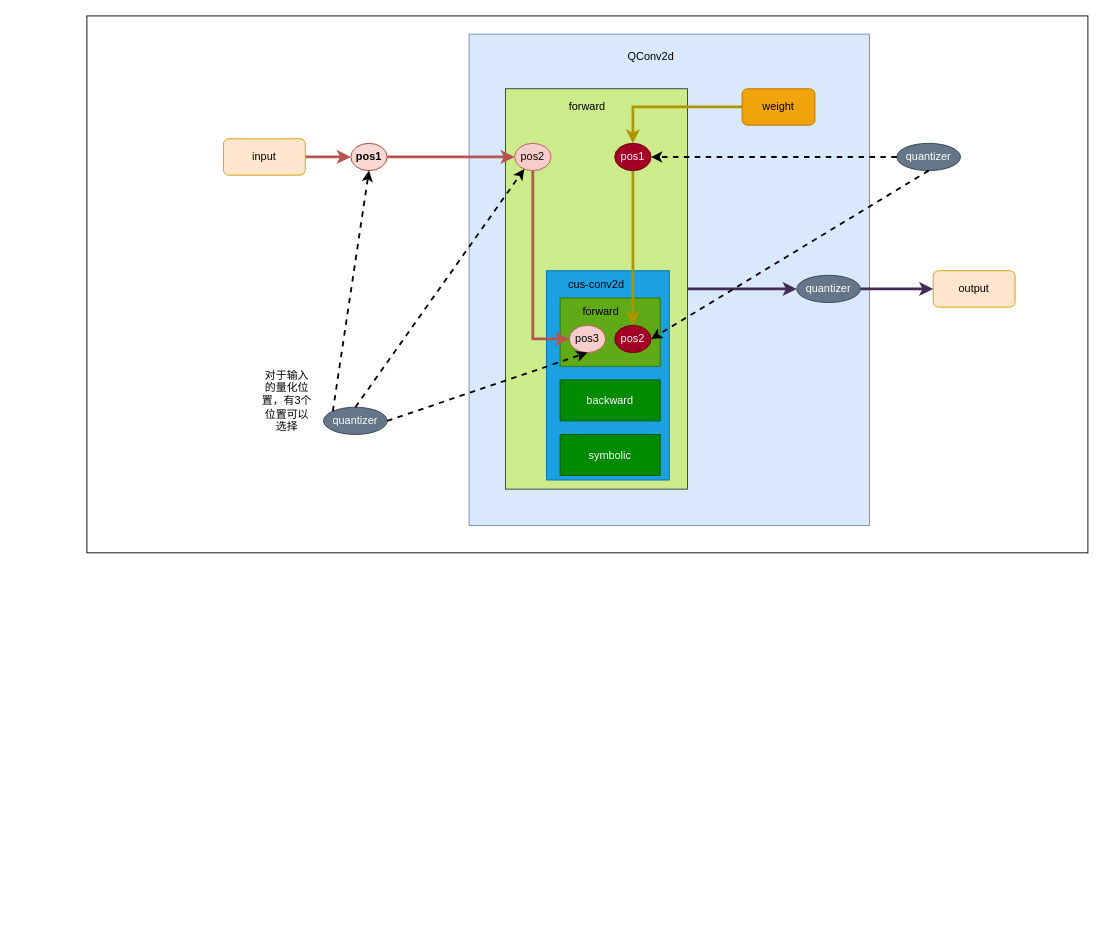
hbwx24/draw.io keeps this draw.io diagram as qat/Untitled Diagram.drawio. Above is the earlier version. Source tidied: cells renumbered, new cells numbered last; positions are measured from the earlier drawing's top-left corner, leaving out a move shared by most shapes. Both pictures are drawn from the tidied source at 91%, with x=0, y=0 at pixel (86, 15).
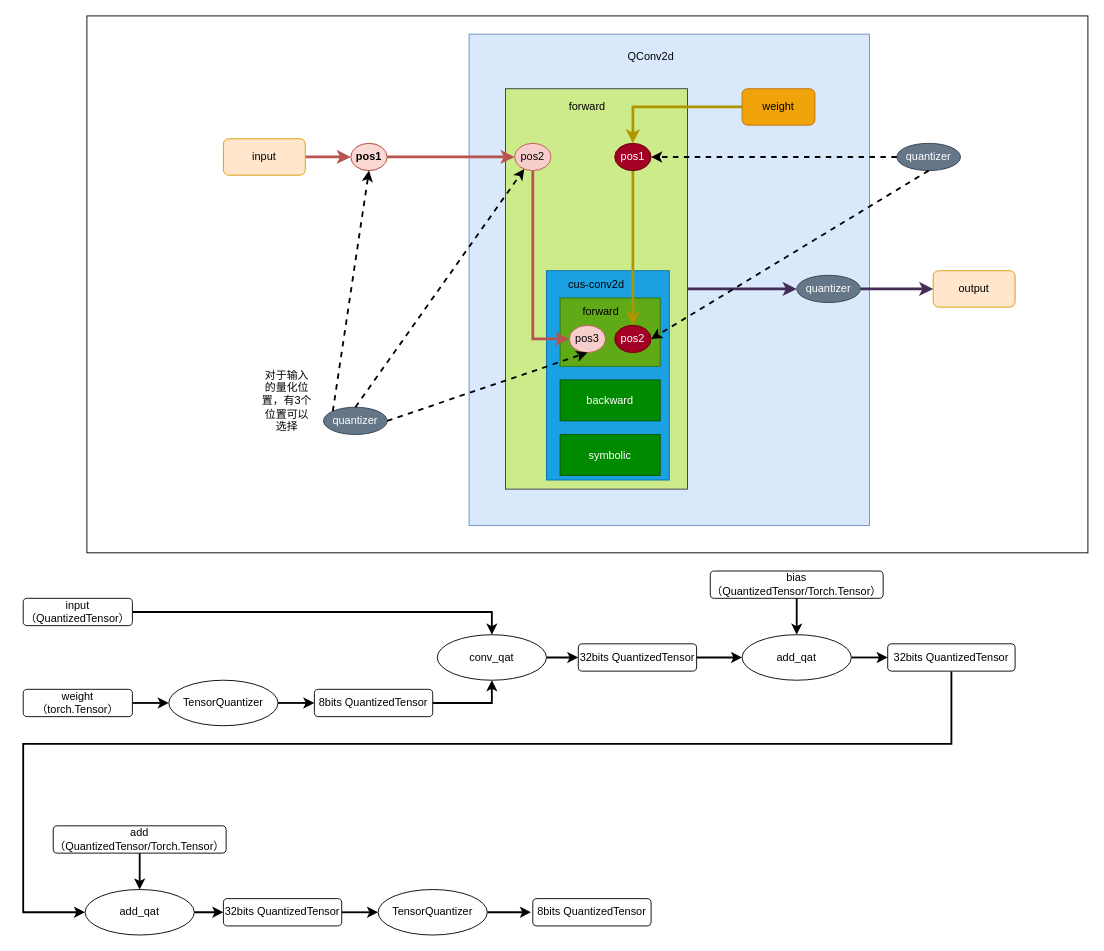
After the change.

Change to the diagram source:
```diff
@@
+    <mxCell id="37" style="edgeStyle=orthogonalEdgeStyle;rounded=0;jettySize=auto;html=1;entryX=0.5;entryY=0;entryDx=0;entryDy=0;strokeWidth=2;" parent="1" edge="1" source="38" target="46">
+      <mxGeometry relative="1" as="geometry" />
+    </mxCell>
+    <mxCell id="38" value="input（QuantizedTensor）" style="rounded=1;whiteSpace=wrap;html=1;" parent="1" vertex="1">
+      <mxGeometry x="-70" y="640" width="120" height="30" as="geometry" />
+    </mxCell>
+    <mxCell id="39" style="edgeStyle=orthogonalEdgeStyle;rounded=0;jettySize=auto;html=1;entryX=0;entryY=0.5;entryDx=0;entryDy=0;strokeWidth=2;" parent="1" edge="1" source="40" target="42">
+      <mxGeometry relative="1" as="geometry" />
+    </mxCell>
+    <mxCell id="40" value="weight（torch.Tensor）" style="rounded=1;whiteSpace=wrap;html=1;" parent="1" vertex="1">
+      <mxGeometry x="-70" y="740" width="120" height="30" as="geometry" />
+    </mxCell>
+    <mxCell id="41" style="edgeStyle=orthogonalEdgeStyle;rounded=0;jettySize=auto;html=1;entryX=0;entryY=0.5;entryDx=0;entryDy=0;strokeWidth=2;" parent="1" edge="1" source="42" target="44">
+      <mxGeometry relative="1" as="geometry" />
+    </mxCell>
+    <mxCell id="42" value="TensorQuantizer" style="ellipse;whiteSpace=wrap;html=1;" parent="1" vertex="1">
+      <mxGeometry x="90" y="730" width="120" height="50" as="geometry" />
+    </mxCell>
+    <mxCell id="43" style="edgeStyle=orthogonalEdgeStyle;rounded=0;jettySize=auto;html=1;entryX=0.5;entryY=1;entryDx=0;entryDy=0;strokeWidth=2;" parent="1" edge="1" source="44" target="46">
+      <mxGeometry relative="1" as="geometry" />
+    </mxCell>
+    <mxCell id="44" value="8bits QuantizedTensor" style="rounded=1;whiteSpace=wrap;html=1;" parent="1" vertex="1">
+      <mxGeometry x="250" y="740" width="130" height="30" as="geometry" />
+    </mxCell>
+    <mxCell id="45" style="edgeStyle=orthogonalEdgeStyle;rounded=0;jettySize=auto;html=1;entryX=0;entryY=0.5;entryDx=0;entryDy=0;strokeWidth=2;" parent="1" edge="1" source="46" target="48">
+      <mxGeometry relative="1" as="geometry" />
+    </mxCell>
+    <mxCell id="46" value="conv_qat" style="ellipse;whiteSpace=wrap;html=1;" parent="1" vertex="1">
+      <mxGeometry x="385" y="680" width="120" height="50" as="geometry" />
+    </mxCell>
+    <mxCell id="47" style="edgeStyle=orthogonalEdgeStyle;rounded=0;jettySize=auto;html=1;strokeWidth=2;" parent="1" edge="1" source="48" target="50">
+      <mxGeometry relative="1" as="geometry" />
+    </mxCell>
+    <mxCell id="48" value="32bits QuantizedTensor" style="rounded=1;whiteSpace=wrap;html=1;" parent="1" vertex="1">
+      <mxGeometry x="540" y="690" width="130" height="30" as="geometry" />
+    </mxCell>
+    <mxCell id="49" style="edgeStyle=orthogonalEdgeStyle;rounded=0;jettySize=auto;html=1;strokeWidth=2;" parent="1" edge="1" source="50" target="54">
+      <mxGeometry relative="1" as="geometry" />
+    </mxCell>
+    <mxCell id="50" value="add_qat" style="ellipse;whiteSpace=wrap;html=1;" parent="1" vertex="1">
+      <mxGeometry x="720" y="680" width="120" height="50" as="geometry" />
+    </mxCell>
+    <mxCell id="51" style="edgeStyle=orthogonalEdgeStyle;rounded=0;jettySize=auto;html=1;entryX=0.5;entryY=0;entryDx=0;entryDy=0;strokeWidth=2;" parent="1" edge="1" source="52" target="50">
+      <mxGeometry relative="1" as="geometry" />
+    </mxCell>
+    <mxCell id="52" value="bias（QuantizedTensor/Torch.Tensor）" style="rounded=1;whiteSpace=wrap;html=1;" parent="1" vertex="1">
+      <mxGeometry x="685" y="610" width="190" height="30" as="geometry" />
+    </mxCell>
+    <mxCell id="53" style="edgeStyle=orthogonalEdgeStyle;rounded=0;jettySize=auto;html=1;entryX=0;entryY=0.5;entryDx=0;entryDy=0;strokeWidth=2;" parent="1" edge="1" source="54" target="56">
+      <mxGeometry relative="1" as="geometry">
+        <Array as="points">
+          <mxPoint x="950" y="800" />
+          <mxPoint x="-70" y="800" />
+          <mxPoint x="-70" y="985" />
+        </Array>
+      </mxGeometry>
+    </mxCell>
+    <mxCell id="54" value="32bits QuantizedTensor" style="rounded=1;whiteSpace=wrap;html=1;" parent="1" vertex="1">
+      <mxGeometry x="880" y="690" width="140" height="30" as="geometry" />
+    </mxCell>
+    <mxCell id="55" style="edgeStyle=orthogonalEdgeStyle;rounded=0;jettySize=auto;html=1;entryX=0;entryY=0.5;entryDx=0;entryDy=0;strokeWidth=2;" parent="1" edge="1" source="56" target="60">
+      <mxGeometry relative="1" as="geometry" />
+    </mxCell>
+    <mxCell id="56" value="add_qat" style="ellipse;whiteSpace=wrap;html=1;" parent="1" vertex="1">
+      <mxGeometry x="-2" y="960" width="120" height="50" as="geometry" />
+    </mxCell>
+    <mxCell id="57" style="edgeStyle=orthogonalEdgeStyle;rounded=0;jettySize=auto;html=1;entryX=0.5;entryY=0;entryDx=0;entryDy=0;strokeWidth=2;" parent="1" edge="1" source="58" target="56">
+      <mxGeometry relative="1" as="geometry" />
+    </mxCell>
+    <mxCell id="58" value="add（QuantizedTensor/Torch.Tensor）" style="rounded=1;whiteSpace=wrap;html=1;" parent="1" vertex="1">
+      <mxGeometry x="-37" y="890" width="190" height="30" as="geometry" />
+    </mxCell>
+    <mxCell id="59" style="edgeStyle=orthogonalEdgeStyle;rounded=0;jettySize=auto;html=1;strokeWidth=2;" parent="1" edge="1" source="60" target="62">
+      <mxGeometry relative="1" as="geometry" />
+    </mxCell>
+    <mxCell id="60" value="32bits QuantizedTensor" style="rounded=1;whiteSpace=wrap;html=1;" parent="1" vertex="1">
+      <mxGeometry x="150" y="970" width="130" height="30" as="geometry" />
+    </mxCell>
+    <mxCell id="61" style="edgeStyle=orthogonalEdgeStyle;rounded=0;jettySize=auto;html=1;strokeWidth=2;" parent="1" edge="1" source="62">
+      <mxGeometry relative="1" as="geometry">
+        <mxPoint x="488" y="985" as="targetPoint" />
+      </mxGeometry>
+    </mxCell>
+    <mxCell id="62" value="TensorQuantizer" style="ellipse;whiteSpace=wrap;html=1;" parent="1" vertex="1">
+      <mxGeometry x="320" y="960" width="120" height="50" as="geometry" />
+    </mxCell>
+    <mxCell id="63" value="8bits QuantizedTensor" style="rounded=1;whiteSpace=wrap;html=1;" parent="1" vertex="1">
+      <mxGeometry x="490" y="970" width="130" height="30" as="geometry" />
+    </mxCell>
```
